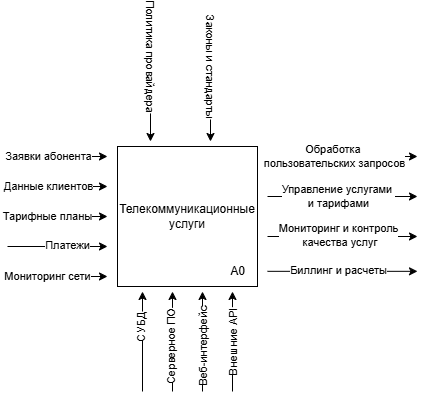
Above: daigram/IDEF0_A0.drawio.png in lLegionl/Shatrov (draw.io), before the change. Source tidied: cells renumbered, new cells last; positions are measured from the earlier drawing's top-left corner, leaving out a move shared by most shapes.
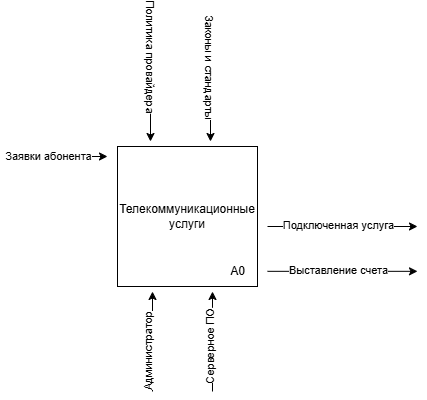
Above is the later version.

The edit, as a diff of the source:
```diff
@@ -11,32 +11,10 @@
     <mxCell id="4" style="group;rotation=-90;" parent="1" vertex="1">
       <mxGeometry x="130" y="255" width="100" height="90" as="geometry" />
     </mxCell>
-    <mxCell id="5" style="edgeStyle=none;orthogonalLoop=1;jettySize=auto;html=1;rounded=0;" parent="4" edge="1">
-      <mxGeometry relative="1" as="geometry">
-        <mxPoint x="95" y="95" as="sourcePoint" />
-        <mxPoint x="95" y="-5" as="targetPoint" />
-      </mxGeometry>
-    </mxCell>
-    <mxCell id="6" value="Внешние API" style="edgeLabel;html=1;align=center;verticalAlign=middle;rotation=-90;" parent="5" vertex="1">
-      <mxGeometry x="-0.1" relative="1" as="geometry">
-        <mxPoint y="-5" as="offset" />
-      </mxGeometry>
-    </mxCell>
-    <mxCell id="7" style="edgeStyle=none;orthogonalLoop=1;jettySize=auto;html=1;rounded=0;" parent="4" edge="1">
-      <mxGeometry relative="1" as="geometry">
-        <mxPoint x="65" y="95" as="sourcePoint" />
-        <mxPoint x="65" y="-5" as="targetPoint" />
-      </mxGeometry>
-    </mxCell>
-    <mxCell id="8" value="Веб-интерфейс" style="edgeLabel;html=1;align=center;verticalAlign=middle;rotation=-90;" parent="7" vertex="1">
-      <mxGeometry x="0.03" relative="1" as="geometry">
-        <mxPoint y="6" as="offset" />
-      </mxGeometry>
-    </mxCell>
     <mxCell id="9" style="edgeStyle=none;orthogonalLoop=1;jettySize=auto;html=1;rounded=0;" parent="4" edge="1">
       <mxGeometry relative="1" as="geometry">
-        <mxPoint x="35" y="95" as="sourcePoint" />
-        <mxPoint x="35" y="-5" as="targetPoint" />
+        <mxPoint x="75" y="95" as="sourcePoint" />
+        <mxPoint x="75" y="-5" as="targetPoint" />
       </mxGeometry>
     </mxCell>
     <mxCell id="10" value="Серверное ПО" style="edgeLabel;html=1;align=center;verticalAlign=middle;rotation=-90;" parent="9" vertex="1">
@@ -46,29 +24,15 @@
     </mxCell>
     <mxCell id="11" style="edgeStyle=none;orthogonalLoop=1;jettySize=auto;html=1;rounded=0;" parent="4" edge="1">
       <mxGeometry relative="1" as="geometry">
-        <mxPoint x="5" y="95" as="sourcePoint" />
-        <mxPoint x="5" y="-5" as="targetPoint" />
+        <mxPoint x="15" y="95" as="sourcePoint" />
+        <mxPoint x="15" y="-5" as="targetPoint" />
       </mxGeometry>
     </mxCell>
-    <mxCell id="12" value="СУБД" style="edgeLabel;html=1;align=center;verticalAlign=middle;rotation=-90;" parent="11" vertex="1">
-      <mxGeometry x="-0.13" y="1" relative="1" as="geometry">
-        <mxPoint y="-21" as="offset" />
-      </mxGeometry>
-    </mxCell>
-    <mxCell id="13" style="group;rotation=0;" parent="1" vertex="1">
-      <mxGeometry x="260" y="125" width="100" height="90" as="geometry" />
-    </mxCell>
-    <mxCell id="14" style="edgeStyle=none;orthogonalLoop=1;jettySize=auto;html=1;rounded=0;" parent="13" edge="1">
-      <mxGeometry relative="1" as="geometry">
-        <mxPoint y="30" as="sourcePoint" />
-        <mxPoint x="150" y="30" as="targetPoint" />
-      </mxGeometry>
-    </mxCell>
-    <mxCell id="15" value="Управление услугами&amp;nbsp;&lt;div&gt;и тарифами&lt;/div&gt;" style="edgeLabel;html=1;align=center;verticalAlign=middle;" parent="14" vertex="1">
-      <mxGeometry x="-0.69" relative="1" as="geometry">
-        <mxPoint x="47" as="offset" />
-      </mxGeometry>
-    </mxCell>
+    <mxCell id="38" value="Администратор" style="edgeLabel;html=1;align=center;verticalAlign=middle;rotation=-90;" parent="11" vertex="1">
+      <mxGeometry x="-0.21" relative="1" as="geometry">
+        <mxPoint x="-5" as="offset" />
+      </mxGeometry>
+    </mxCell>
     <mxCell id="16" style="group;rotation=90;" parent="1" vertex="1">
       <mxGeometry x="113" y="5" width="100" height="90" as="geometry" />
     </mxCell>
@@ -108,82 +72,27 @@
         <mxPoint x="12" y="-1" as="offset" />
       </mxGeometry>
     </mxCell>
-    <mxCell id="24" style="edgeStyle=none;orthogonalLoop=1;jettySize=auto;html=1;rounded=0;" parent="21" edge="1">
-      <mxGeometry relative="1" as="geometry">
-        <mxPoint y="30" as="sourcePoint" />
-        <mxPoint x="100" y="30" as="targetPoint" />
-      </mxGeometry>
-    </mxCell>
-    <mxCell id="25" value="Данные клиентов" style="edgeLabel;html=1;align=center;verticalAlign=middle;" parent="24" vertex="1">
-      <mxGeometry x="-0.49" relative="1" as="geometry">
-        <mxPoint x="15" as="offset" />
-      </mxGeometry>
-    </mxCell>
-    <mxCell id="26" style="edgeStyle=none;orthogonalLoop=1;jettySize=auto;html=1;rounded=0;" parent="21" edge="1">
-      <mxGeometry relative="1" as="geometry">
-        <mxPoint y="60" as="sourcePoint" />
-        <mxPoint x="100" y="60" as="targetPoint" />
-      </mxGeometry>
-    </mxCell>
-    <mxCell id="27" value="Тарифные планы" style="edgeLabel;html=1;align=center;verticalAlign=middle;" parent="26" vertex="1">
-      <mxGeometry x="-0.75" relative="1" as="geometry">
-        <mxPoint x="27" as="offset" />
-      </mxGeometry>
-    </mxCell>
-    <mxCell id="28" style="edgeStyle=none;orthogonalLoop=1;jettySize=auto;html=1;rounded=0;" parent="21" edge="1">
-      <mxGeometry relative="1" as="geometry">
-        <mxPoint y="90" as="sourcePoint" />
-        <mxPoint x="100" y="90" as="targetPoint" />
-      </mxGeometry>
-    </mxCell>
-    <mxCell id="29" value="Платежи" style="edgeLabel;html=1;align=center;verticalAlign=middle;" parent="28" vertex="1">
-      <mxGeometry x="-0.54" y="1" relative="1" as="geometry">
-        <mxPoint x="37" as="offset" />
-      </mxGeometry>
-    </mxCell>
-    <mxCell id="30" style="edgeStyle=none;orthogonalLoop=1;jettySize=auto;html=1;rounded=0;" parent="21" edge="1">
-      <mxGeometry relative="1" as="geometry">
-        <mxPoint y="120" as="sourcePoint" />
-        <mxPoint x="100" y="120" as="targetPoint" />
-      </mxGeometry>
-    </mxCell>
-    <mxCell id="31" value="Мониторинг сети" style="edgeLabel;html=1;align=center;verticalAlign=middle;" parent="30" vertex="1">
-      <mxGeometry x="-0.5" relative="1" as="geometry">
-        <mxPoint x="15" as="offset" />
-      </mxGeometry>
-    </mxCell>
     <mxCell id="32" style="edgeStyle=none;orthogonalLoop=1;jettySize=auto;html=1;rounded=0;" parent="1" edge="1">
       <mxGeometry relative="1" as="geometry">
         <mxPoint x="260" y="229.8" as="sourcePoint" />
         <mxPoint x="410" y="229.8" as="targetPoint" />
       </mxGeometry>
     </mxCell>
-    <mxCell id="33" value="Биллинг и расчеты" style="edgeLabel;html=1;align=center;verticalAlign=middle;" parent="32" vertex="1">
+    <mxCell id="33" value="Выставление счета" style="edgeLabel;html=1;align=center;verticalAlign=middle;" parent="32" vertex="1">
       <mxGeometry x="-0.36" y="1" relative="1" as="geometry">
         <mxPoint x="22" as="offset" />
       </mxGeometry>
     </mxCell>
-    <mxCell id="34" style="edgeStyle=none;orthogonalLoop=1;jettySize=auto;html=1;rounded=0;" parent="1" edge="1">
-      <mxGeometry relative="1" as="geometry">
-        <mxPoint x="260" y="195" as="sourcePoint" />
-        <mxPoint x="410" y="195" as="targetPoint" />
-      </mxGeometry>
-    </mxCell>
-    <mxCell id="35" value="Мониторинг и контроль&lt;div&gt;&amp;nbsp;качества услуг&lt;/div&gt;" style="edgeLabel;html=1;align=center;verticalAlign=middle;" parent="34" vertex="1">
-      <mxGeometry x="-0.36" y="1" relative="1" as="geometry">
-        <mxPoint x="22" as="offset" />
-      </mxGeometry>
-    </mxCell>
-    <mxCell id="36" style="edgeStyle=none;orthogonalLoop=1;jettySize=auto;html=1;rounded=0;" parent="1" edge="1">
-      <mxGeometry relative="1" as="geometry">
-        <mxPoint x="260" y="115" as="sourcePoint" />
-        <mxPoint x="410" y="115" as="targetPoint" />
-      </mxGeometry>
-    </mxCell>
-    <mxCell id="37" value="Обработка&amp;nbsp;&lt;div&gt;пользовательских запросов&lt;/div&gt;" style="edgeLabel;html=1;align=center;verticalAlign=middle;" parent="36" vertex="1">
-      <mxGeometry x="-0.35" y="1" relative="1" as="geometry">
-        <mxPoint x="18" y="1" as="offset" />
-      </mxGeometry>
-    </mxCell>
+    <mxCell id="39" style="edgeStyle=none;orthogonalLoop=1;jettySize=auto;html=1;rounded=0;" parent="1" edge="1">
+      <mxGeometry relative="1" as="geometry">
+        <mxPoint x="260" y="185" as="sourcePoint" />
+        <mxPoint x="410" y="185" as="targetPoint" />
+      </mxGeometry>
+    </mxCell>
+    <mxCell id="40" value="Подключенная услуга" style="edgeLabel;html=1;align=center;verticalAlign=middle;" parent="39" vertex="1">
+      <mxGeometry x="-0.36" y="1" relative="1" as="geometry">
+        <mxPoint x="22" as="offset" />
+      </mxGeometry>
+    </mxCell>
   </root>
 </mxGraphModel>
```
